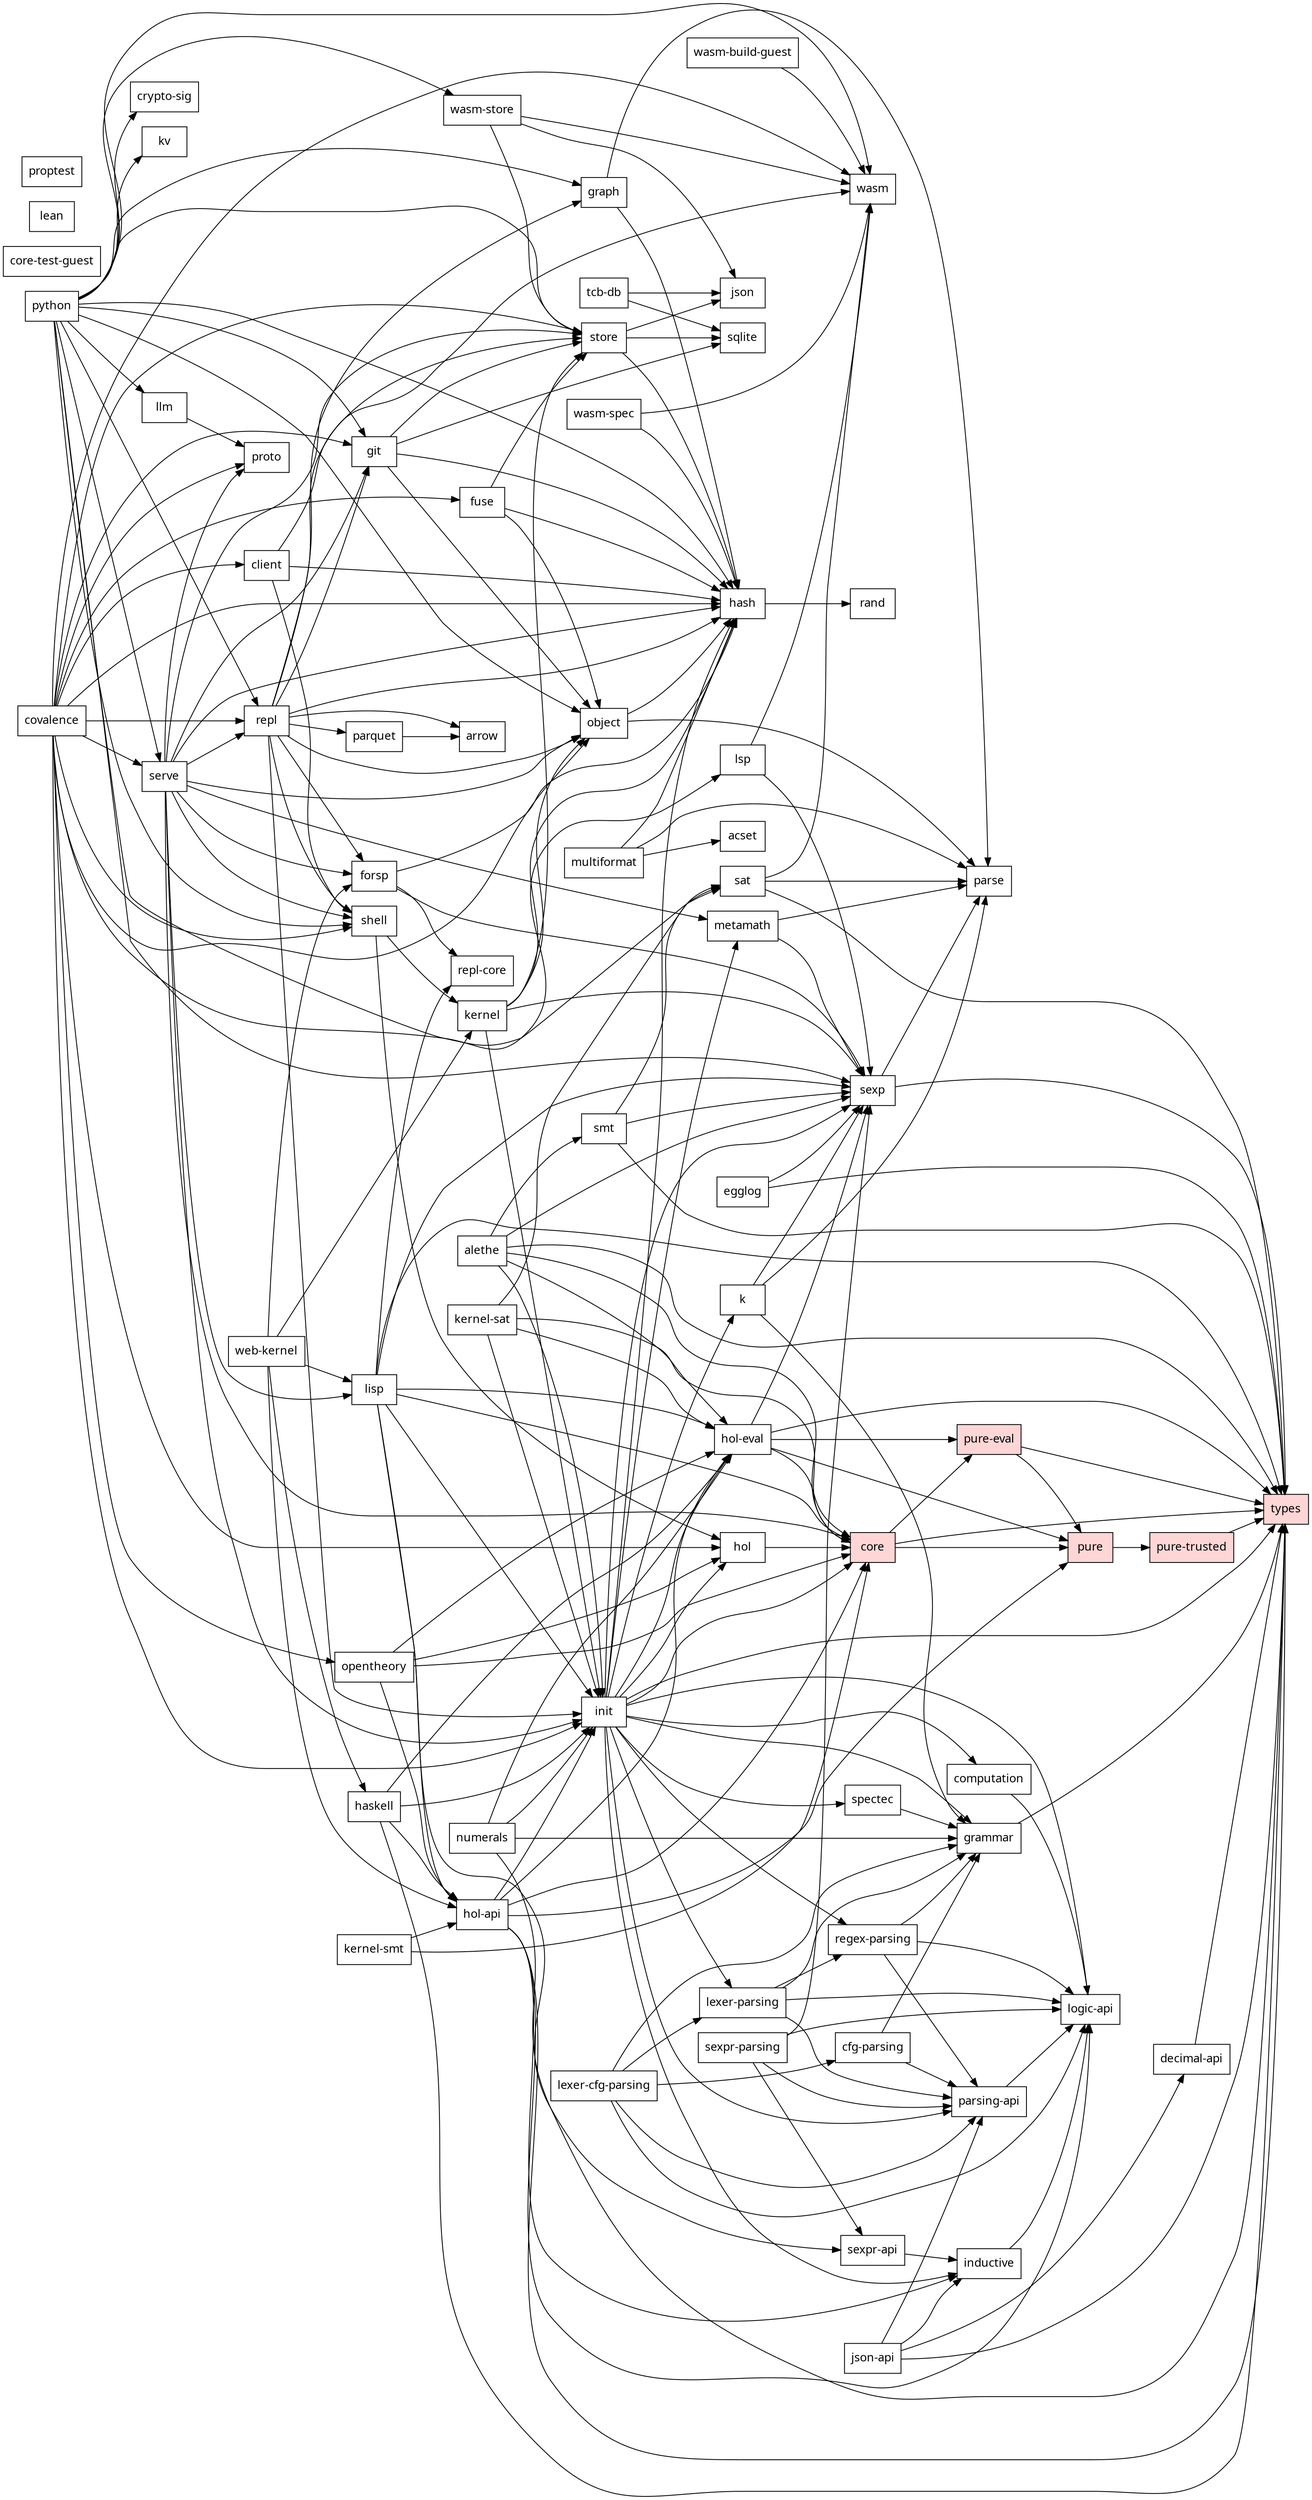
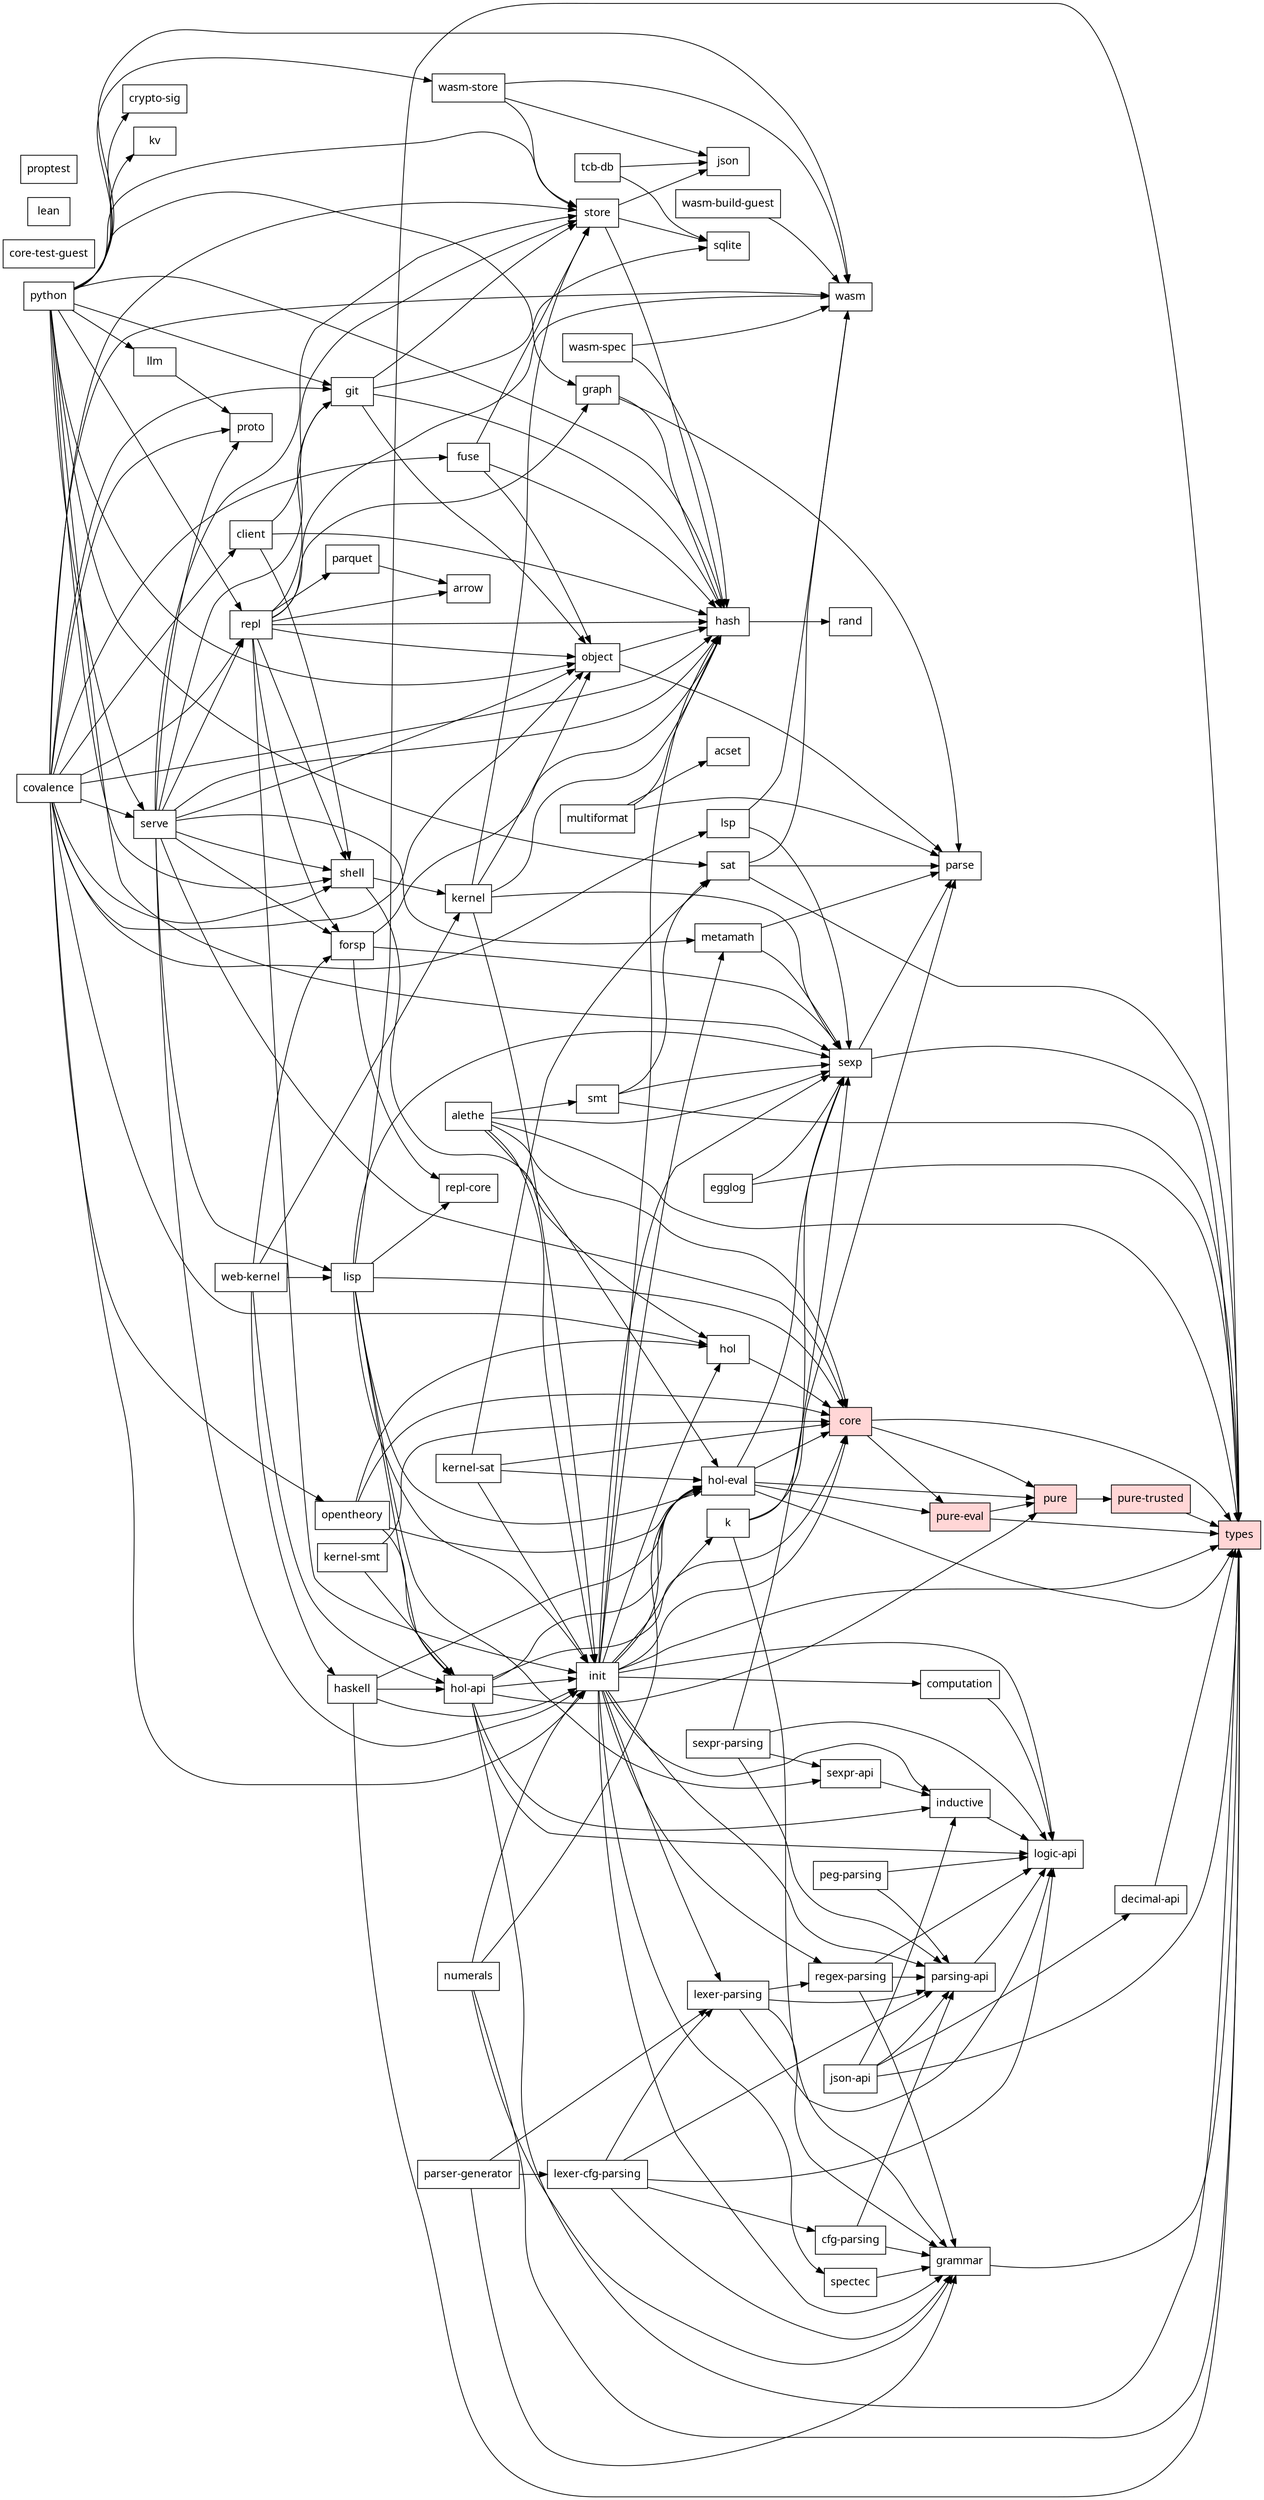
// Generated by scripts/dep-graph.mjs — do not edit (run `bun run deps`).
digraph deps {
  rankdir=LR;
  node [shape=box, fontname="sans-serif"];
  "covalence";
  "acset";
  "alethe";
  "arrow";
  "cfg-parsing";
  "client";
  "computation";
  "core" [style=filled, fillcolor="#ffd6d6"];
  "core-test-guest";
  "crypto-sig";
  "decimal-api";
  "egglog";
  "forsp";
  "fuse";
  "git";
  "grammar";
  "graph";
  "hash";
  "haskell";
  "hol";
  "hol-api";
  "hol-eval";
  "inductive";
  "init";
  "json";
  "json-api";
  "k";
  "kernel";
  "kernel-sat";
  "kernel-smt";
  "kv";
  "lean";
  "lexer-cfg-parsing";
  "lexer-parsing";
  "lisp";
  "llm";
  "logic-api";
  "lsp";
  "metamath";
  "multiformat";
  "numerals";
  "object";
  "opentheory";
  "parquet";
  "parse";
+   "parser-generator";
  "parsing-api";
+   "peg-parsing";
  "proptest";
  "proto";
  "pure" [style=filled, fillcolor="#ffd6d6"];
  "pure-eval" [style=filled, fillcolor="#ffd6d6"];
  "pure-trusted" [style=filled, fillcolor="#ffd6d6"];
  "python";
  "rand";
  "regex-parsing";
  "repl";
  "repl-core";
  "sat";
  "serve";
  "sexp";
  "sexpr-api";
  "sexpr-parsing";
  "shell";
  "smt";
  "spectec";
  "sqlite";
  "store";
  "tcb-db";
  "types" [style=filled, fillcolor="#ffd6d6"];
  "wasm";
  "wasm-build-guest";
  "wasm-spec";
  "wasm-store";
  "web-kernel";
  "covalence" -> "client";
  "covalence" -> "fuse";
  "covalence" -> "git";
  "covalence" -> "hash";
  "covalence" -> "hol";
  "covalence" -> "init";
  "covalence" -> "lsp";
  "covalence" -> "object";
  "covalence" -> "opentheory";
  "covalence" -> "proto";
  "covalence" -> "repl";
  "covalence" -> "serve";
  "covalence" -> "shell";
  "covalence" -> "store";
  "covalence" -> "wasm";
  "alethe" -> "core";
  "alethe" -> "hol-eval";
  "alethe" -> "init";
  "alethe" -> "sexp";
  "alethe" -> "smt";
  "alethe" -> "types";
  "cfg-parsing" -> "grammar";
  "cfg-parsing" -> "parsing-api";
  "client" -> "hash";
  "client" -> "shell";
  "client" -> "store";
  "computation" -> "logic-api";
  "core" -> "pure";
  "core" -> "pure-eval";
  "core" -> "types";
  "decimal-api" -> "types";
  "egglog" -> "sexp";
  "egglog" -> "types";
  "forsp" -> "hash";
  "forsp" -> "repl-core";
  "forsp" -> "sexp";
  "fuse" -> "hash";
  "fuse" -> "object";
  "fuse" -> "store";
  "git" -> "hash";
  "git" -> "object";
  "git" -> "sqlite";
  "git" -> "store";
  "grammar" -> "types";
  "graph" -> "hash";
  "graph" -> "parse";
  "hash" -> "rand";
  "haskell" -> "hol-api";
  "haskell" -> "hol-eval";
  "haskell" -> "init";
  "haskell" -> "types";
  "hol" -> "core";
  "hol-api" -> "core";
  "hol-api" -> "hol-eval";
  "hol-api" -> "inductive";
  "hol-api" -> "init";
  "hol-api" -> "logic-api";
  "hol-api" -> "pure";
  "hol-api" -> "types";
  "hol-eval" -> "core";
  "hol-eval" -> "pure";
  "hol-eval" -> "pure-eval";
  "hol-eval" -> "sexp";
  "hol-eval" -> "types";
  "inductive" -> "logic-api";
  "init" -> "computation";
  "init" -> "core";
  "init" -> "grammar";
  "init" -> "hash";
  "init" -> "hol";
  "init" -> "hol-eval";
  "init" -> "inductive";
  "init" -> "k";
  "init" -> "lexer-parsing";
  "init" -> "logic-api";
  "init" -> "metamath";
  "init" -> "parsing-api";
  "init" -> "regex-parsing";
  "init" -> "sexp";
  "init" -> "spectec";
  "init" -> "types";
  "json-api" -> "decimal-api";
  "json-api" -> "inductive";
  "json-api" -> "parsing-api";
  "json-api" -> "types";
  "k" -> "grammar";
  "k" -> "parse";
  "k" -> "sexp";
  "kernel" -> "hash";
  "kernel" -> "init";
  "kernel" -> "object";
  "kernel" -> "sexp";
  "kernel" -> "store";
  "kernel-sat" -> "core";
  "kernel-sat" -> "hol-eval";
  "kernel-sat" -> "init";
  "kernel-sat" -> "sat";
  "kernel-smt" -> "core";
  "kernel-smt" -> "hol-api";
  "lexer-cfg-parsing" -> "cfg-parsing";
  "lexer-cfg-parsing" -> "grammar";
  "lexer-cfg-parsing" -> "lexer-parsing";
  "lexer-cfg-parsing" -> "logic-api";
  "lexer-cfg-parsing" -> "parsing-api";
  "lexer-parsing" -> "grammar";
  "lexer-parsing" -> "logic-api";
  "lexer-parsing" -> "parsing-api";
  "lexer-parsing" -> "regex-parsing";
  "lisp" -> "core";
  "lisp" -> "hol-api";
  "lisp" -> "hol-eval";
  "lisp" -> "init";
  "lisp" -> "repl-core";
  "lisp" -> "sexp";
  "lisp" -> "sexpr-api";
  "lisp" -> "types";
  "llm" -> "proto";
  "lsp" -> "sexp";
  "lsp" -> "wasm";
  "metamath" -> "parse";
  "metamath" -> "sexp";
  "multiformat" -> "acset";
  "multiformat" -> "hash";
  "multiformat" -> "parse";
  "numerals" -> "grammar";
  "numerals" -> "hol-eval";
  "numerals" -> "init";
  "numerals" -> "types";
  "object" -> "hash";
  "object" -> "parse";
  "opentheory" -> "core";
  "opentheory" -> "hol";
  "opentheory" -> "hol-api";
  "opentheory" -> "hol-eval";
  "parquet" -> "arrow";
+   "parser-generator" -> "grammar";
+   "parser-generator" -> "lexer-cfg-parsing";
+   "parser-generator" -> "lexer-parsing";
  "parsing-api" -> "logic-api";
+   "peg-parsing" -> "logic-api";
+   "peg-parsing" -> "parsing-api";
  "pure" -> "pure-trusted";
  "pure-eval" -> "pure";
  "pure-eval" -> "types";
  "pure-trusted" -> "types";
  "python" -> "crypto-sig";
  "python" -> "git";
  "python" -> "graph";
  "python" -> "hash";
  "python" -> "kv";
  "python" -> "llm";
  "python" -> "object";
  "python" -> "repl";
  "python" -> "sat";
  "python" -> "serve";
  "python" -> "sexp";
  "python" -> "shell";
  "python" -> "store";
  "python" -> "wasm";
  "python" -> "wasm-store";
  "regex-parsing" -> "grammar";
  "regex-parsing" -> "logic-api";
  "regex-parsing" -> "parsing-api";
  "repl" -> "arrow";
  "repl" -> "forsp";
  "repl" -> "git";
  "repl" -> "graph";
  "repl" -> "hash";
  "repl" -> "init";
  "repl" -> "object";
  "repl" -> "parquet";
  "repl" -> "shell";
  "repl" -> "wasm";
  "sat" -> "parse";
  "sat" -> "types";
  "sat" -> "wasm";
  "serve" -> "core";
  "serve" -> "forsp";
  "serve" -> "git";
  "serve" -> "hash";
  "serve" -> "init";
  "serve" -> "lisp";
  "serve" -> "metamath";
  "serve" -> "object";
  "serve" -> "proto";
  "serve" -> "repl";
  "serve" -> "shell";
  "serve" -> "store";
  "sexp" -> "parse";
  "sexp" -> "types";
  "sexpr-api" -> "inductive";
  "sexpr-parsing" -> "logic-api";
  "sexpr-parsing" -> "parsing-api";
  "sexpr-parsing" -> "sexp";
  "sexpr-parsing" -> "sexpr-api";
  "shell" -> "hol";
  "shell" -> "kernel";
  "smt" -> "sat";
  "smt" -> "sexp";
  "smt" -> "types";
  "spectec" -> "grammar";
  "store" -> "hash";
  "store" -> "json";
  "store" -> "sqlite";
  "tcb-db" -> "json";
  "tcb-db" -> "sqlite";
  "wasm-build-guest" -> "wasm";
  "wasm-spec" -> "hash";
  "wasm-spec" -> "wasm";
  "wasm-store" -> "json";
  "wasm-store" -> "store";
  "wasm-store" -> "wasm";
  "web-kernel" -> "forsp";
  "web-kernel" -> "haskell";
  "web-kernel" -> "hol-api";
  "web-kernel" -> "kernel";
  "web-kernel" -> "lisp";
}
